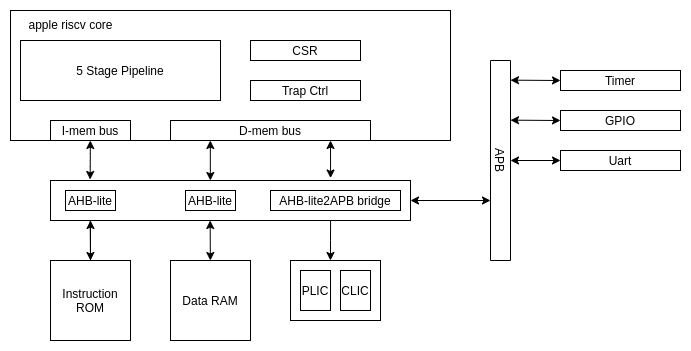
This is doc/assets/img/soc.png from mfkiwl/apple-riscv, a draw.io export, as it was before one commit. Source tidied: cells renumbered, new cells last; positions are measured from the earlier drawing's top-left corner, leaving out a move shared by most shapes.
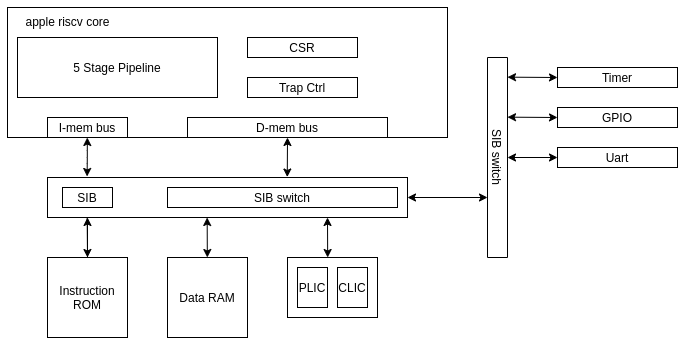
Later version of the same file.

Change to the diagram source:
```diff
@@ -12,22 +12,17 @@
       <mxGeometry x="40" y="110" width="80" height="20" as="geometry" />
     </mxCell>
     <mxCell id="5" value="D-mem bus" style="whiteSpace=wrap;html=1;" parent="1" vertex="1">
-      <mxGeometry x="160" y="110" width="200" height="20" as="geometry" />
+      <mxGeometry x="180" y="110" width="200" height="20" as="geometry" />
     </mxCell>
-    <mxCell id="6" value="AHB-lite" style="whiteSpace=wrap;html=1;" parent="1" vertex="1">
+    <mxCell id="6" value="SIB" style="whiteSpace=wrap;html=1;" parent="1" vertex="1">
       <mxGeometry x="55" y="180" width="50" height="20" as="geometry" />
     </mxCell>
-    <mxCell id="7" value="AHB-lite2APB bridge" style="whiteSpace=wrap;html=1;" parent="1" vertex="1">
-      <mxGeometry x="260" y="180" width="130" height="20" as="geometry" />
+    <mxCell id="7" value="SIB switch" style="whiteSpace=wrap;html=1;" parent="1" vertex="1">
+      <mxGeometry x="160" y="180" width="230" height="20" as="geometry" />
     </mxCell>
-    <mxCell id="8" value="APB" style="whiteSpace=wrap;html=1;rotation=90;" parent="1" vertex="1">
+    <mxCell id="8" value="SIB switch" style="whiteSpace=wrap;html=1;rotation=90;" parent="1" vertex="1">
       <mxGeometry x="390" y="140" width="200" height="20" as="geometry" />
     </mxCell>
-    <mxCell id="9" style="endArrow=classic;startArrow=classic;html=1;fillColor=none;entryX=0.2;entryY=1;entryDx=0;entryDy=0;entryPerimeter=0;exitX=0.778;exitY=-0.062;exitDx=0;exitDy=0;exitPerimeter=0;" parent="1" edge="1" source="2">
-      <mxGeometry relative="1" as="geometry">
-        <mxPoint x="320" y="130" as="targetPoint" />
-      </mxGeometry>
-    </mxCell>
     <mxCell id="10" style="endArrow=classic;startArrow=classic;html=1;fillColor=none;entryX=0.65;entryY=1;entryDx=0;entryDy=0;entryPerimeter=0;" parent="1" edge="1">
       <mxGeometry relative="1" as="geometry">
         <mxPoint x="400" y="190" as="sourcePoint" />
@@ -71,9 +66,6 @@
         <mxPoint x="199.7" y="210" as="targetPoint" />
       </mxGeometry>
     </mxCell>
-    <mxCell id="19" value="AHB-lite" style="whiteSpace=wrap;html=1;" parent="1" vertex="1">
-      <mxGeometry x="175" y="180" width="50" height="20" as="geometry" />
-    </mxCell>
     <mxCell id="20" value="Data RAM" style="whiteSpace=wrap;html=1;" parent="1" vertex="1">
       <mxGeometry x="160" y="250" width="80" height="80" as="geometry" />
     </mxCell>
@@ -85,10 +77,8 @@
         </Array>
       </mxGeometry>
     </mxCell>
-    <mxCell id="22" style="endArrow=classic;startArrow=classic;html=1;exitX=0.444;exitY=0;exitDx=0;exitDy=0;exitPerimeter=0;" parent="1" edge="1" source="2">
-      <mxGeometry relative="1" as="geometry">
-        <mxPoint x="199.8" y="130" as="targetPoint" />
-      </mxGeometry>
+    <mxCell id="22" style="endArrow=classic;startArrow=classic;html=1;exitX=0.666;exitY=-0.012;exitDx=0;exitDy=0;exitPerimeter=0;entryX=0.5;entryY=1;entryDx=0;entryDy=0;" parent="1" edge="1" source="2" target="5">
+      <mxGeometry relative="1" as="geometry" />
     </mxCell>
     <mxCell id="23" value="Timer" style="whiteSpace=wrap;html=1;" parent="1" vertex="1">
       <mxGeometry x="550" y="60" width="120" height="20" as="geometry" />
@@ -122,15 +112,11 @@
     <mxCell id="32" value="CLIC" style="whiteSpace=wrap;html=1;" parent="29" vertex="1">
       <mxGeometry x="50" y="10" width="30" height="40" as="geometry" />
     </mxCell>
-    <mxCell id="33" style="endArrow=none;html=1;exitX=0.778;exitY=0.989;exitDx=0;exitDy=0;exitPerimeter=0;" parent="1" edge="1" source="2">
-      <mxGeometry relative="1" as="geometry">
-        <mxPoint x="320" y="230" as="targetPoint" />
-      </mxGeometry>
-    </mxCell>
-    <mxCell id="34" style="endArrow=classic;html=1;entryX=0.444;entryY=0;entryDx=0;entryDy=0;entryPerimeter=0;" parent="1" edge="1" target="30">
-      <mxGeometry relative="1" as="geometry">
-        <mxPoint x="320" y="230" as="sourcePoint" />
-      </mxGeometry>
-    </mxCell>
+    <mxCell id="35" style="endArrow=classic;startArrow=classic;html=1;fillColor=none;entryX=0.2;entryY=1;entryDx=0;entryDy=0;entryPerimeter=0;" parent="1" edge="1">
+      <mxGeometry relative="1" as="geometry">
+        <mxPoint x="320.2" y="250" as="sourcePoint" />
+        <mxPoint x="320" y="210" as="targetPoint" />
+      </mxGeometry>
+    </mxCell>
   </root>
 </mxGraphModel>
```
